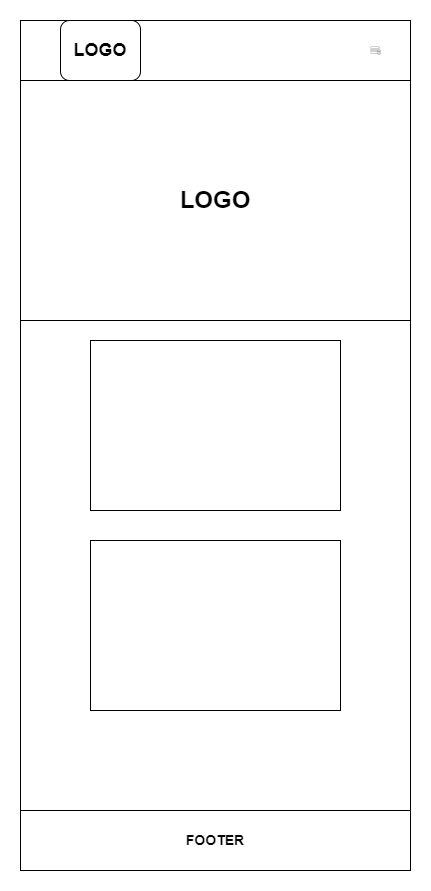
Before: img/Trang chu-MOBILE.png, a diagram exported from draw.io (NguyenHocPH36330/Web106_HocNC). Source tidied: cells renumbered, new cells last; positions are measured from the earlier drawing's top-left corner, leaving out a move shared by most shapes. Its diagram source:
```xml
<mxGraphModel>
  <root>
    <mxCell id="0" />
    <mxCell id="1" parent="0" />
    <mxCell id="2" style="rounded=0;whiteSpace=wrap;html=1;" parent="1" vertex="1">
      <mxGeometry width="390" height="850" as="geometry" />
    </mxCell>
    <mxCell id="3" style="rounded=0;whiteSpace=wrap;html=1;" parent="1" vertex="1">
      <mxGeometry width="390" height="60" as="geometry" />
    </mxCell>
    <mxCell id="4" value="&lt;h2&gt;LOGO&lt;/h2&gt;" style="rounded=1;whiteSpace=wrap;html=1;" parent="1" vertex="1">
      <mxGeometry x="40" width="80" height="60" as="geometry" />
    </mxCell>
    <mxCell id="5" style="sketch=0;shadow=0;dashed=0;html=1;strokeColor=none;fillColor=#434445;labelPosition=center;verticalLabelPosition=bottom;verticalAlign=top;align=center;shape=mxgraph.vvd.array_manager;" parent="1" vertex="1">
      <mxGeometry x="350" y="26.4" width="10" height="7.3" as="geometry" />
    </mxCell>
    <mxCell id="6" value="&lt;h1&gt;LOGO&lt;/h1&gt;" style="rounded=0;whiteSpace=wrap;html=1;" parent="1" vertex="1">
      <mxGeometry y="60" width="390" height="240" as="geometry" />
    </mxCell>
    <mxCell id="7" style="rounded=0;whiteSpace=wrap;html=1;" parent="1" vertex="1">
      <mxGeometry x="70" y="320" width="250" height="170" as="geometry" />
    </mxCell>
    <mxCell id="8" value="&lt;h3&gt;FOOTER&lt;/h3&gt;" style="rounded=0;whiteSpace=wrap;html=1;" parent="1" vertex="1">
      <mxGeometry y="790" width="390" height="60" as="geometry" />
    </mxCell>
    <mxCell id="9" style="rounded=0;whiteSpace=wrap;html=1;" parent="1" vertex="1">
      <mxGeometry x="70" y="520" width="250" height="170" as="geometry" />
    </mxCell>
  </root>
</mxGraphModel>
```
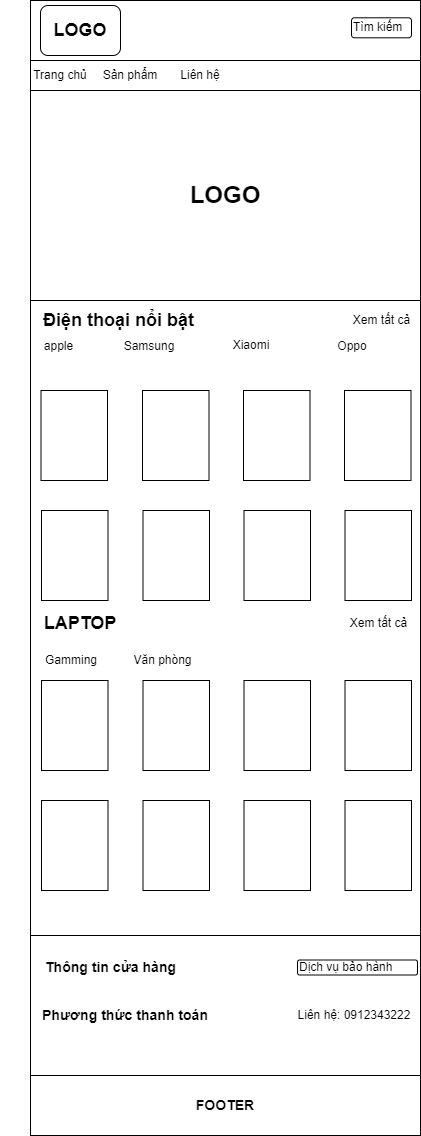
After the change.

Diff of the diagram source:
```diff
@@ -3,28 +3,124 @@
     <mxCell id="0" />
     <mxCell id="1" parent="0" />
     <mxCell id="2" style="rounded=0;whiteSpace=wrap;html=1;" parent="1" vertex="1">
-      <mxGeometry width="390" height="850" as="geometry" />
+      <mxGeometry x="-1270" y="50" width="390" height="1130" as="geometry" />
     </mxCell>
     <mxCell id="3" style="rounded=0;whiteSpace=wrap;html=1;" parent="1" vertex="1">
-      <mxGeometry width="390" height="60" as="geometry" />
+      <mxGeometry x="-1270" y="50" width="390" height="60" as="geometry" />
     </mxCell>
     <mxCell id="4" value="&lt;h2&gt;LOGO&lt;/h2&gt;" style="rounded=1;whiteSpace=wrap;html=1;" parent="1" vertex="1">
-      <mxGeometry x="40" width="80" height="60" as="geometry" />
+      <mxGeometry x="-1260" y="55" width="80" height="50" as="geometry" />
     </mxCell>
-    <mxCell id="5" style="sketch=0;shadow=0;dashed=0;html=1;strokeColor=none;fillColor=#434445;labelPosition=center;verticalLabelPosition=bottom;verticalAlign=top;align=center;shape=mxgraph.vvd.array_manager;" parent="1" vertex="1">
-      <mxGeometry x="350" y="26.4" width="10" height="7.3" as="geometry" />
-    </mxCell>
     <mxCell id="6" value="&lt;h1&gt;LOGO&lt;/h1&gt;" style="rounded=0;whiteSpace=wrap;html=1;" parent="1" vertex="1">
-      <mxGeometry y="60" width="390" height="240" as="geometry" />
+      <mxGeometry x="-1270" y="140" width="390" height="210" as="geometry" />
     </mxCell>
-    <mxCell id="7" style="rounded=0;whiteSpace=wrap;html=1;" parent="1" vertex="1">
-      <mxGeometry x="70" y="320" width="250" height="170" as="geometry" />
-    </mxCell>
     <mxCell id="8" value="&lt;h3&gt;FOOTER&lt;/h3&gt;" style="rounded=0;whiteSpace=wrap;html=1;" parent="1" vertex="1">
-      <mxGeometry y="790" width="390" height="60" as="geometry" />
+      <mxGeometry x="-1270" y="1125" width="390" height="60" as="geometry" />
     </mxCell>
-    <mxCell id="9" style="rounded=0;whiteSpace=wrap;html=1;" parent="1" vertex="1">
-      <mxGeometry x="70" y="520" width="250" height="170" as="geometry" />
-    </mxCell>
+    <mxCell id="10" value="Tìm kiếm" style="rounded=1;whiteSpace=wrap;html=1;align=left;" parent="1" vertex="1">
+      <mxGeometry x="-949" y="67.3" width="60" height="20" as="geometry" />
+    </mxCell>
+    <mxCell id="11" value="Trang chủ" style="text;html=1;strokeColor=none;fillColor=none;align=center;verticalAlign=middle;whiteSpace=wrap;rounded=0;" parent="1" vertex="1">
+      <mxGeometry x="-1270" y="110" width="60" height="30" as="geometry" />
+    </mxCell>
+    <mxCell id="12" value="Sản phẩm" style="text;html=1;strokeColor=none;fillColor=none;align=center;verticalAlign=middle;whiteSpace=wrap;rounded=0;" parent="1" vertex="1">
+      <mxGeometry x="-1200" y="110" width="60" height="30" as="geometry" />
+    </mxCell>
+    <mxCell id="13" value="Liên hệ" style="text;html=1;strokeColor=none;fillColor=none;align=center;verticalAlign=middle;whiteSpace=wrap;rounded=0;" parent="1" vertex="1">
+      <mxGeometry x="-1130" y="110" width="60" height="30" as="geometry" />
+    </mxCell>
+    <mxCell id="14" value="&lt;h2&gt;Điện thoại nổi bật&lt;/h2&gt;" style="text;html=1;strokeColor=none;fillColor=none;align=left;verticalAlign=middle;whiteSpace=wrap;rounded=0;" parent="1" vertex="1">
+      <mxGeometry x="-1259" y="350" width="200" height="40" as="geometry" />
+    </mxCell>
+    <mxCell id="15" value="apple" style="text;html=1;strokeColor=none;fillColor=none;align=center;verticalAlign=middle;whiteSpace=wrap;rounded=0;flipH=1;" parent="1" vertex="1">
+      <mxGeometry x="-1260" y="380.5" width="37" height="30" as="geometry" />
+    </mxCell>
+    <mxCell id="16" value="Samsung" style="text;html=1;strokeColor=none;fillColor=none;align=center;verticalAlign=middle;whiteSpace=wrap;rounded=0;flipH=1;" parent="1" vertex="1">
+      <mxGeometry x="-1181" y="380.5" width="60" height="30" as="geometry" />
+    </mxCell>
+    <mxCell id="17" value="Xiaomi" style="text;html=1;strokeColor=none;fillColor=none;align=center;verticalAlign=middle;whiteSpace=wrap;rounded=0;flipH=1;" parent="1" vertex="1">
+      <mxGeometry x="-1079" y="380" width="60" height="30" as="geometry" />
+    </mxCell>
+    <mxCell id="18" value="Oppo" style="text;html=1;strokeColor=none;fillColor=none;align=center;verticalAlign=middle;whiteSpace=wrap;rounded=0;flipH=1;" parent="1" vertex="1">
+      <mxGeometry x="-978" y="380.5" width="60" height="30" as="geometry" />
+    </mxCell>
+    <mxCell id="19" style="rounded=0;whiteSpace=wrap;html=1;flipH=1;" parent="1" vertex="1">
+      <mxGeometry x="-1259.5" y="440" width="66.5" height="90" as="geometry" />
+    </mxCell>
+    <mxCell id="20" style="rounded=0;whiteSpace=wrap;html=1;flipH=1;" parent="1" vertex="1">
+      <mxGeometry x="-1158" y="440" width="66.5" height="90" as="geometry" />
+    </mxCell>
+    <mxCell id="21" style="rounded=0;whiteSpace=wrap;html=1;flipH=1;" parent="1" vertex="1">
+      <mxGeometry x="-1057" y="440" width="66.5" height="90" as="geometry" />
+    </mxCell>
+    <mxCell id="22" style="rounded=0;whiteSpace=wrap;html=1;flipH=1;" parent="1" vertex="1">
+      <mxGeometry x="-956" y="440" width="66.5" height="90" as="geometry" />
+    </mxCell>
+    <mxCell id="23" style="rounded=0;whiteSpace=wrap;html=1;flipH=1;" parent="1" vertex="1">
+      <mxGeometry x="-1259" y="560" width="66.5" height="90" as="geometry" />
+    </mxCell>
+    <mxCell id="24" style="rounded=0;whiteSpace=wrap;html=1;flipH=1;" parent="1" vertex="1">
+      <mxGeometry x="-1157.5" y="560" width="66.5" height="90" as="geometry" />
+    </mxCell>
+    <mxCell id="25" style="rounded=0;whiteSpace=wrap;html=1;flipH=1;" parent="1" vertex="1">
+      <mxGeometry x="-1056.5" y="560" width="66.5" height="90" as="geometry" />
+    </mxCell>
+    <mxCell id="26" style="rounded=0;whiteSpace=wrap;html=1;flipH=1;" parent="1" vertex="1">
+      <mxGeometry x="-955.5" y="560" width="66.5" height="90" as="geometry" />
+    </mxCell>
+    <mxCell id="27" value="&lt;h2&gt;LAPTOP&lt;/h2&gt;" style="text;html=1;strokeColor=none;fillColor=none;align=center;verticalAlign=middle;whiteSpace=wrap;rounded=0;" parent="1" vertex="1">
+      <mxGeometry x="-1300" y="650" width="160" height="45" as="geometry" />
+    </mxCell>
+    <mxCell id="28" value="Gamming" style="text;html=1;strokeColor=none;fillColor=none;align=center;verticalAlign=middle;whiteSpace=wrap;rounded=0;flipH=0;" parent="1" vertex="1">
+      <mxGeometry x="-1259" y="695" width="60" height="30" as="geometry" />
+    </mxCell>
+    <mxCell id="29" value="Văn phòng" style="text;html=1;strokeColor=none;fillColor=none;align=center;verticalAlign=middle;whiteSpace=wrap;rounded=0;flipH=0;" parent="1" vertex="1">
+      <mxGeometry x="-1176" y="695" width="77" height="30" as="geometry" />
+    </mxCell>
+    <mxCell id="30" value="Xem tất cả" style="text;html=1;strokeColor=none;fillColor=none;align=center;verticalAlign=middle;whiteSpace=wrap;rounded=0;flipH=0;" parent="1" vertex="1">
+      <mxGeometry x="-960" y="657.5" width="77" height="30" as="geometry" />
+    </mxCell>
+    <mxCell id="31" style="rounded=0;whiteSpace=wrap;html=1;flipH=1;" parent="1" vertex="1">
+      <mxGeometry x="-1259" y="730" width="66.5" height="90" as="geometry" />
+    </mxCell>
+    <mxCell id="32" style="rounded=0;whiteSpace=wrap;html=1;flipH=1;" parent="1" vertex="1">
+      <mxGeometry x="-1157.5" y="730" width="66.5" height="90" as="geometry" />
+    </mxCell>
+    <mxCell id="33" style="rounded=0;whiteSpace=wrap;html=1;flipH=1;" parent="1" vertex="1">
+      <mxGeometry x="-1056.5" y="730" width="66.5" height="90" as="geometry" />
+    </mxCell>
+    <mxCell id="34" style="rounded=0;whiteSpace=wrap;html=1;flipH=1;" parent="1" vertex="1">
+      <mxGeometry x="-955.5" y="730" width="66.5" height="90" as="geometry" />
+    </mxCell>
+    <mxCell id="35" style="rounded=0;whiteSpace=wrap;html=1;flipH=1;" parent="1" vertex="1">
+      <mxGeometry x="-1259" y="850" width="66.5" height="90" as="geometry" />
+    </mxCell>
+    <mxCell id="36" style="rounded=0;whiteSpace=wrap;html=1;flipH=1;" parent="1" vertex="1">
+      <mxGeometry x="-1157.5" y="850" width="66.5" height="90" as="geometry" />
+    </mxCell>
+    <mxCell id="37" style="rounded=0;whiteSpace=wrap;html=1;flipH=1;" parent="1" vertex="1">
+      <mxGeometry x="-1056.5" y="850" width="66.5" height="90" as="geometry" />
+    </mxCell>
+    <mxCell id="38" style="rounded=0;whiteSpace=wrap;html=1;flipH=1;" parent="1" vertex="1">
+      <mxGeometry x="-955.5" y="850" width="66.5" height="90" as="geometry" />
+    </mxCell>
+    <mxCell id="39" style="rounded=0;whiteSpace=wrap;html=1;" parent="1" vertex="1">
+      <mxGeometry x="-1270" y="985" width="390" height="140" as="geometry" />
+    </mxCell>
+    <mxCell id="40" value="Dịch vụ bảo hành" style="rounded=1;whiteSpace=wrap;html=1;align=left;" parent="1" vertex="1">
+      <mxGeometry x="-1003" y="1009.5" width="120" height="15" as="geometry" />
+    </mxCell>
+    <mxCell id="41" value="&lt;h3&gt;Phương thức thanh toán&lt;/h3&gt;" style="text;html=1;align=center;verticalAlign=middle;whiteSpace=wrap;rounded=0;" parent="1" vertex="1">
+      <mxGeometry x="-1260" y="1050" width="170" height="30" as="geometry" />
+    </mxCell>
+    <mxCell id="42" value="&lt;h3&gt;Thông tin cửa hàng&lt;/h3&gt;" style="text;html=1;align=left;verticalAlign=middle;whiteSpace=wrap;rounded=0;" parent="1" vertex="1">
+      <mxGeometry x="-1257" y="1002" width="140" height="30" as="geometry" />
+    </mxCell>
+    <mxCell id="43" value="Liên hệ: 0912343222" style="text;html=1;align=center;verticalAlign=middle;whiteSpace=wrap;rounded=0;" parent="1" vertex="1">
+      <mxGeometry x="-1012" y="1050" width="132" height="30" as="geometry" />
+    </mxCell>
+    <mxCell id="44" value="Xem tất cả" style="text;html=1;strokeColor=none;fillColor=none;align=center;verticalAlign=middle;whiteSpace=wrap;rounded=0;flipH=0;" parent="1" vertex="1">
+      <mxGeometry x="-957.5" y="355" width="77" height="30" as="geometry" />
+    </mxCell>
   </root>
 </mxGraphModel>
```
